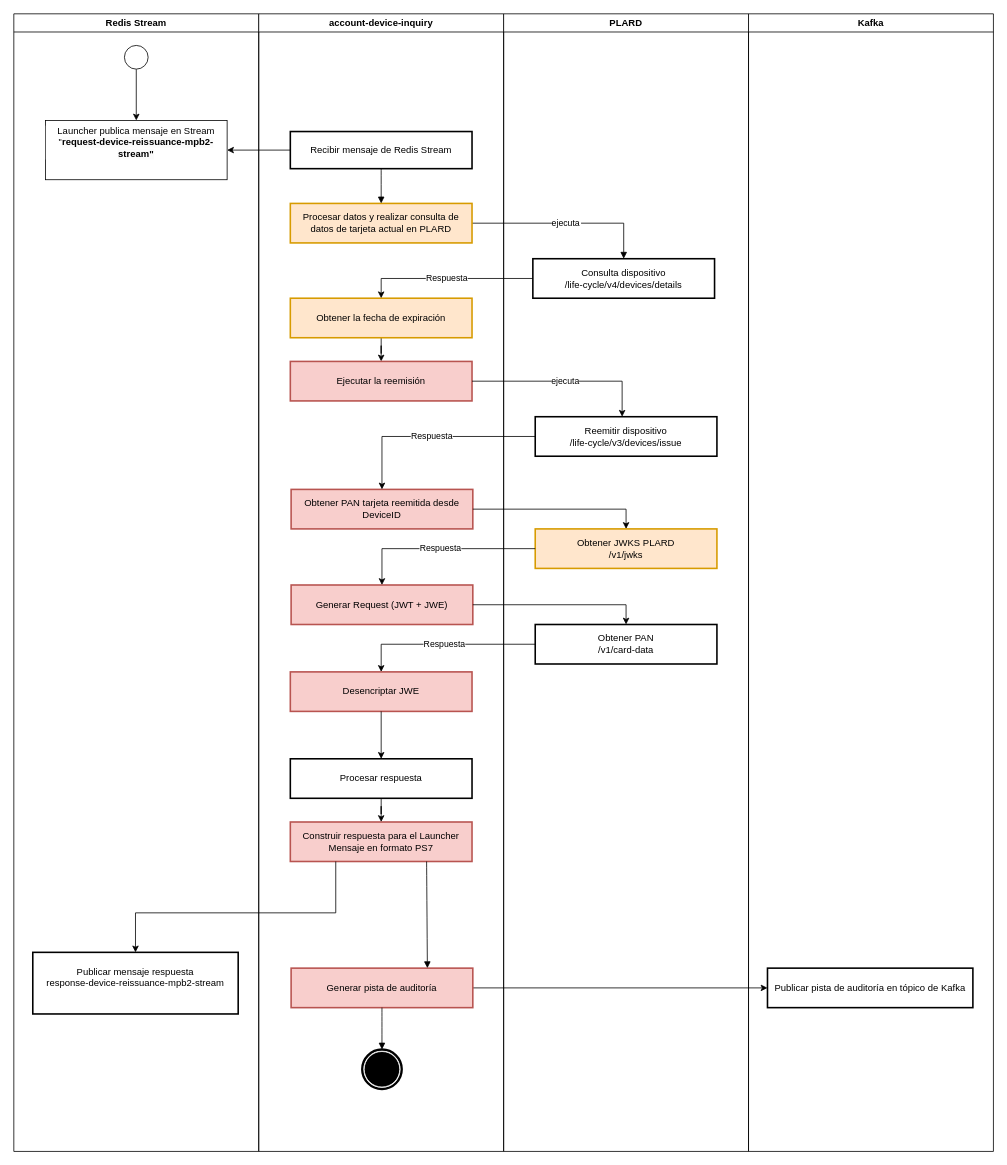
Before: page "Flujo MPB2 MQ" (4 of 4) of UML M7 71 SD_PLARD_device-reissuancev1.0.drawio in chisvmen/BA_projects, a draw.io diagram. Source tidied: cells renumbered, new cells numbered last; positions are measured from the earlier drawing's top-left corner, leaving out a move shared by most shapes. Both pictures are drawn from the tidied source at 79%, with x=0, y=0 at pixel (13, 13).
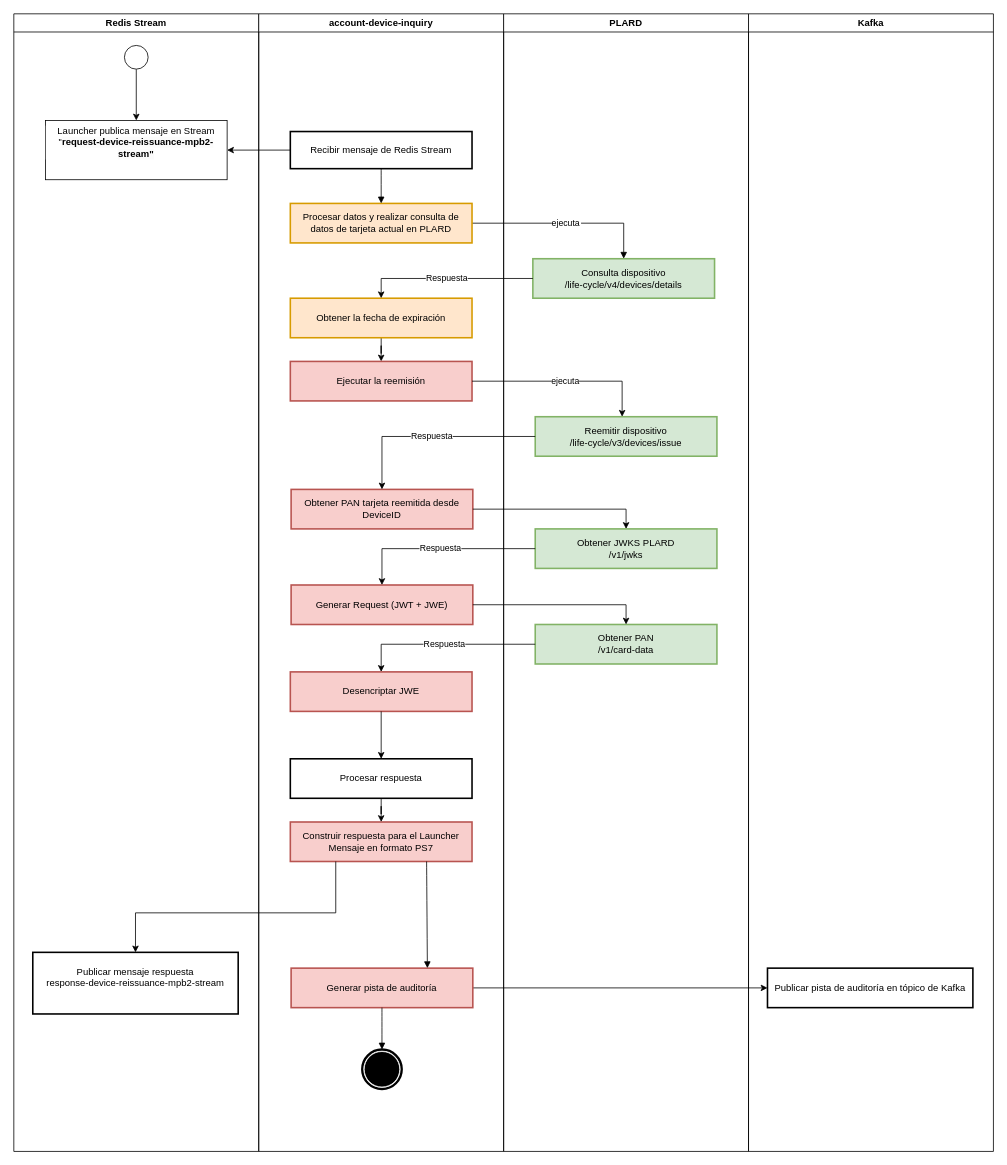
Above is the later version.

Unchanged cells that the change refers to:
```xml
<mxCell id="28" value="PLARD" style="swimlane;whiteSpace=wrap;html=1;" parent="1" vertex="1">
  <mxGeometry x="620" width="310" height="1440" as="geometry" />
</mxCell>
```

Change to the diagram source:
```diff
@@
-    <mxCell id="29" value="Consulta dispositivo&#10;/life-cycle/v4/devices/details" style="whiteSpace=wrap;strokeWidth=2;" parent="28" vertex="1">
+    <mxCell id="29" value="Consulta dispositivo&#10;/life-cycle/v4/devices/details" style="whiteSpace=wrap;strokeWidth=2;fillColor=#d5e8d4;strokeColor=#82b366;" parent="28" vertex="1">
       <mxGeometry x="37" y="310" width="230" height="50" as="geometry" />
     </mxCell>
-    <mxCell id="30" value="Obtener JWKS PLARD&#10;/v1/jwks" style="whiteSpace=wrap;strokeWidth=2;fillColor=#ffe6cc;strokeColor=#d79b00;" parent="28" vertex="1">
+    <mxCell id="30" value="Obtener JWKS PLARD&#10;/v1/jwks" style="whiteSpace=wrap;strokeWidth=2;fillColor=#d5e8d4;strokeColor=#82b366;" parent="28" vertex="1">
       <mxGeometry x="40" y="652" width="230" height="50" as="geometry" />
     </mxCell>
-    <mxCell id="31" value="Obtener PAN&#10;/v1/card-data" style="whiteSpace=wrap;strokeWidth=2;" parent="28" vertex="1">
+    <mxCell id="31" value="Obtener PAN&#10;/v1/card-data" style="whiteSpace=wrap;strokeWidth=2;fillColor=#d5e8d4;strokeColor=#82b366;" parent="28" vertex="1">
       <mxGeometry x="40" y="773" width="230" height="50" as="geometry" />
     </mxCell>
-    <mxCell id="32" value="Reemitir dispositivo&#10;/life-cycle/v3/devices/issue" style="whiteSpace=wrap;strokeWidth=2;" parent="28" vertex="1">
+    <mxCell id="32" value="Reemitir dispositivo&#10;/life-cycle/v3/devices/issue" style="whiteSpace=wrap;strokeWidth=2;fillColor=#d5e8d4;strokeColor=#82b366;" parent="28" vertex="1">
       <mxGeometry x="40" y="510" width="230" height="50" as="geometry" />
     </mxCell>
```
